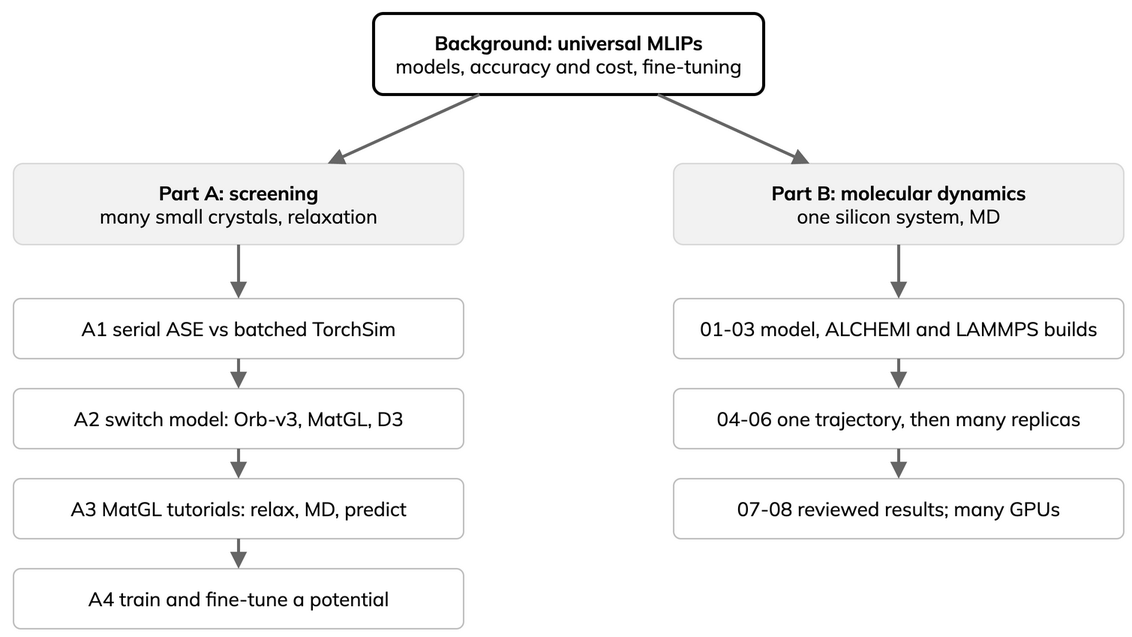
Above: _static/lesson-map.drawio.png in ENCCS/mlip-hands-on (draw.io), before the change. Source tidied: cells renumbered, new cells last; positions are measured from the earlier drawing's top-left corner, leaving out a move shared by most shapes.
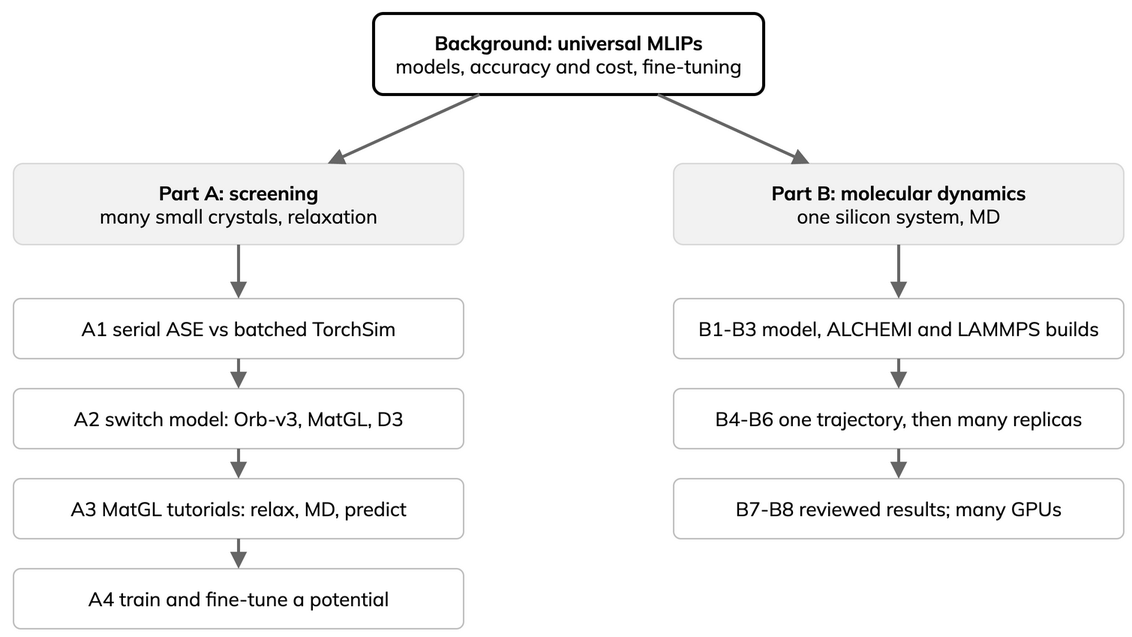
After the change.

Change to the diagram source:
```diff
@@ -23,13 +23,13 @@
     <mxCell id="8" value="A4 train and fine-tune a potential" style="rounded=1;arcSize=12;whiteSpace=wrap;html=1;fontFamily=Mulish;fontSize=13;strokeColor=#BFBFBF;fillColor=#FFFFFF;" parent="1" vertex="1">
       <mxGeometry y="370" width="300" height="40" as="geometry" />
     </mxCell>
-    <mxCell id="9" value="01-03 model, ALCHEMI and LAMMPS builds" style="rounded=1;arcSize=12;whiteSpace=wrap;html=1;fontFamily=Mulish;fontSize=13;strokeColor=#BFBFBF;fillColor=#FFFFFF;" parent="1" vertex="1">
+    <mxCell id="9" value="B1-B3 model, ALCHEMI and LAMMPS builds" style="rounded=1;arcSize=12;whiteSpace=wrap;html=1;fontFamily=Mulish;fontSize=13;strokeColor=#BFBFBF;fillColor=#FFFFFF;" parent="1" vertex="1">
       <mxGeometry x="440" y="190" width="300" height="40" as="geometry" />
     </mxCell>
-    <mxCell id="10" value="04-06 one trajectory, then many replicas" style="rounded=1;arcSize=12;whiteSpace=wrap;html=1;fontFamily=Mulish;fontSize=13;strokeColor=#BFBFBF;fillColor=#FFFFFF;" parent="1" vertex="1">
+    <mxCell id="10" value="B4-B6 one trajectory, then many replicas" style="rounded=1;arcSize=12;whiteSpace=wrap;html=1;fontFamily=Mulish;fontSize=13;strokeColor=#BFBFBF;fillColor=#FFFFFF;" parent="1" vertex="1">
       <mxGeometry x="440" y="250" width="300" height="40" as="geometry" />
     </mxCell>
-    <mxCell id="11" value="07-08 reviewed results; many GPUs" style="rounded=1;arcSize=12;whiteSpace=wrap;html=1;fontFamily=Mulish;fontSize=13;strokeColor=#BFBFBF;fillColor=#FFFFFF;" parent="1" vertex="1">
+    <mxCell id="11" value="B7-B8 reviewed results; many GPUs" style="rounded=1;arcSize=12;whiteSpace=wrap;html=1;fontFamily=Mulish;fontSize=13;strokeColor=#BFBFBF;fillColor=#FFFFFF;" parent="1" vertex="1">
       <mxGeometry x="440" y="310" width="300" height="40" as="geometry" />
     </mxCell>
     <mxCell id="12" style="endArrow=block;endFill=1;strokeColor=#666666;strokeWidth=2;html=1;fontFamily=Mulish;fontSize=12;" parent="1" edge="1" source="2" target="3">
```
